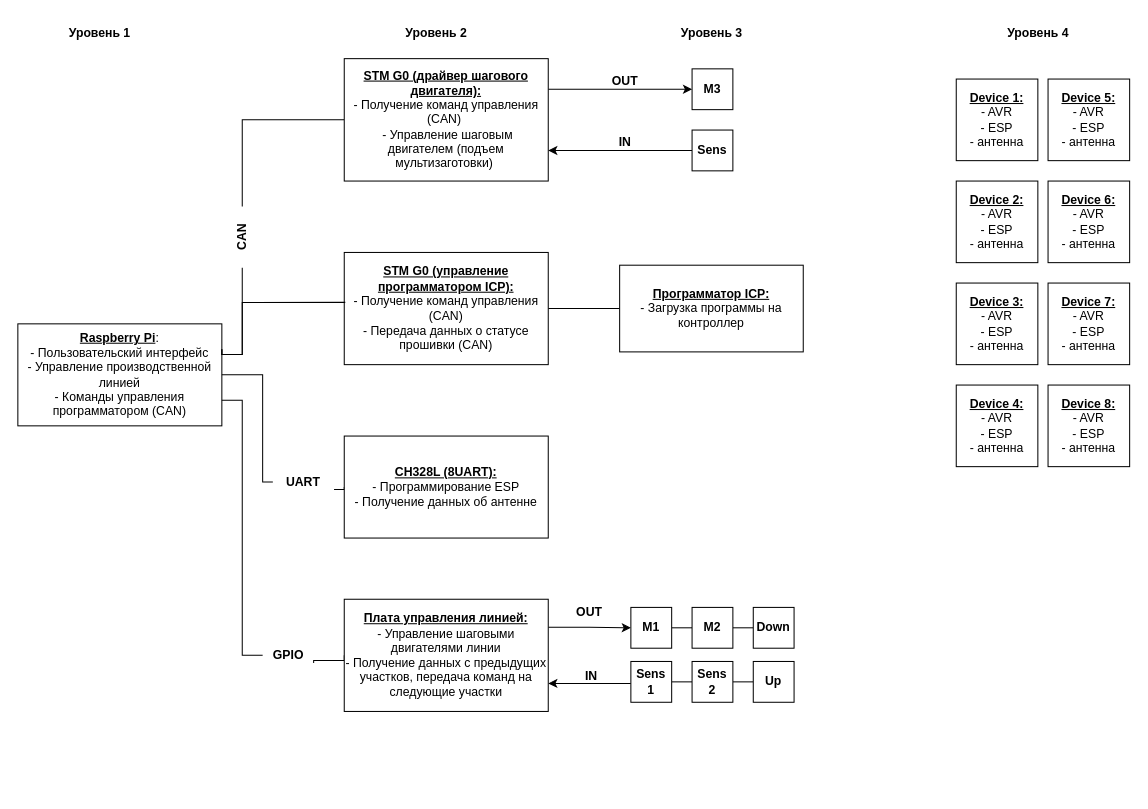
Before: Device.drawio in NataliApril/xkeeper, a draw.io diagram. Source tidied: cells renumbered, new cells numbered last; positions are measured from the earlier drawing's top-left corner, leaving out a move shared by most shapes. Both pictures are drawn from the tidied source at 102%, with x=0, y=0 at pixel (17, 17).
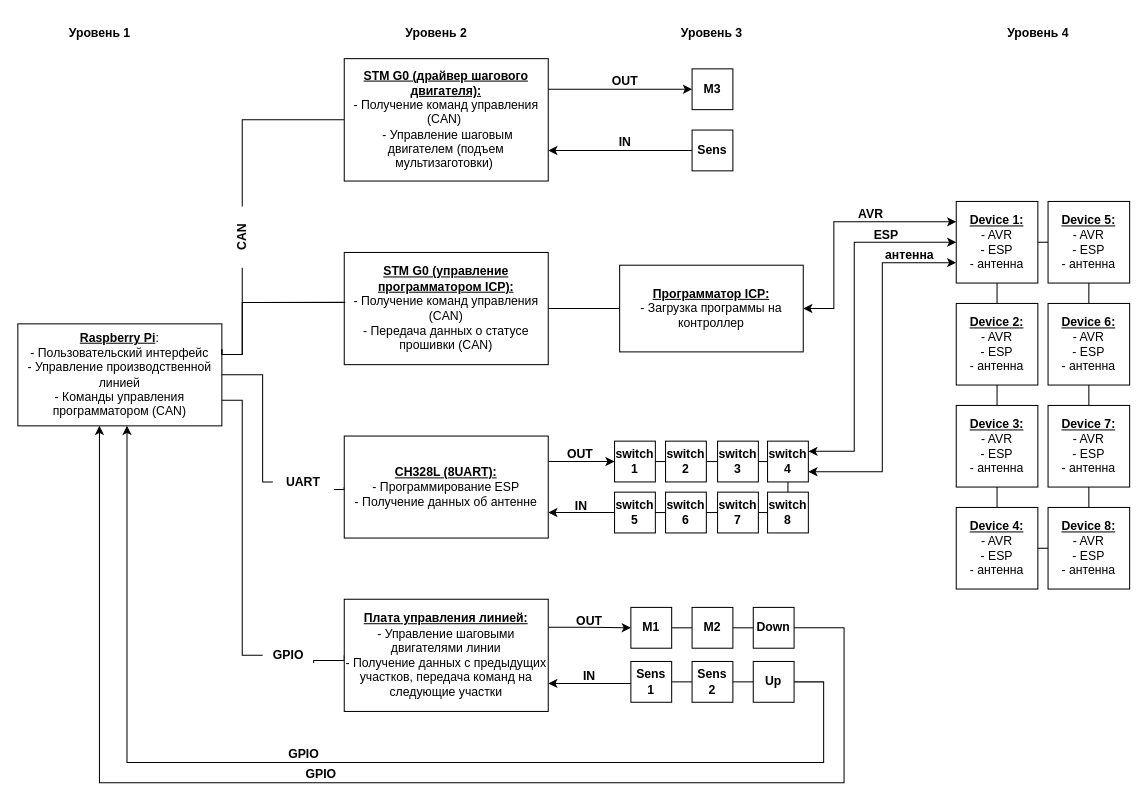
Above is the later version.

The change refers to these unchanged cells:
```xml
<mxCell id="18" value="&lt;b&gt;&lt;u&gt;CH328L (8UART):&lt;/u&gt;&lt;/b&gt;&lt;div&gt;- Программирование ESP&lt;br&gt;- Получение данных об антенне&lt;/div&gt;" style="rounded=0;whiteSpace=wrap;html=1;" parent="1" vertex="1">
  <mxGeometry x="320" y="410" width="200" height="100" as="geometry" />
</mxCell>
<mxCell id="29" value="&lt;b style=&quot;text-decoration-line: underline;&quot;&gt;Программатор ICP:&lt;/b&gt;&lt;br&gt;- Загрузка программы на контроллер" style="rounded=0;whiteSpace=wrap;html=1;" parent="1" vertex="1">
  <mxGeometry x="590" y="242.5" width="180" height="85" as="geometry" />
</mxCell>
<mxCell id="38" value="&lt;b&gt;Up&lt;/b&gt;" style="whiteSpace=wrap;html=1;" parent="1" vertex="1">
  <mxGeometry x="721" y="631" width="40" height="40" as="geometry" />
</mxCell>
<mxCell id="39" value="&lt;b&gt;Down&lt;/b&gt;" style="whiteSpace=wrap;html=1;" parent="1" vertex="1">
  <mxGeometry x="721" y="578" width="40" height="40" as="geometry" />
</mxCell>
```

Diff of the diagram source:
```diff
@@
+    <mxCell id="51" style="edgeStyle=orthogonalEdgeStyle;rounded=0;jettySize=auto;html=1;exitX=1;exitY=0.5;exitDx=0;exitDy=0;entryX=0;entryY=0.5;entryDx=0;entryDy=0;endArrow=none;endFill=0;" parent="1" edge="1" source="2" target="6">
+      <mxGeometry relative="1" as="geometry" />
+    </mxCell>
     <mxCell id="2" value="&lt;b&gt;&lt;u&gt;Device 1:&lt;/u&gt;&lt;/b&gt;&lt;br&gt;- AVR&lt;br&gt;- ESP&lt;br&gt;- антенна" style="whiteSpace=wrap;html=1;" parent="1" vertex="1">
-      <mxGeometry x="920" y="60" width="80" height="80" as="geometry" />
+      <mxGeometry x="920" y="180" width="80" height="80" as="geometry" />
     </mxCell>
+    <mxCell id="52" style="edgeStyle=orthogonalEdgeStyle;rounded=0;jettySize=auto;html=1;exitX=0.5;exitY=0;exitDx=0;exitDy=0;entryX=0.5;entryY=1;entryDx=0;entryDy=0;endArrow=none;endFill=0;" parent="1" edge="1" source="3" target="2">
+      <mxGeometry relative="1" as="geometry" />
+    </mxCell>
     <mxCell id="3" value="&lt;b&gt;&lt;u&gt;Device 2:&lt;/u&gt;&lt;/b&gt;&lt;br&gt;- AVR&lt;br&gt;- ESP&lt;br&gt;- антенна" style="whiteSpace=wrap;html=1;" parent="1" vertex="1">
-      <mxGeometry x="920" y="160" width="80" height="80" as="geometry" />
+      <mxGeometry x="920" y="280" width="80" height="80" as="geometry" />
     </mxCell>
+    <mxCell id="53" style="edgeStyle=orthogonalEdgeStyle;rounded=0;jettySize=auto;html=1;exitX=0.5;exitY=0;exitDx=0;exitDy=0;entryX=0.5;entryY=1;entryDx=0;entryDy=0;endArrow=none;endFill=0;" parent="1" edge="1" source="4" target="3">
+      <mxGeometry relative="1" as="geometry" />
+    </mxCell>
     <mxCell id="4" value="&lt;b&gt;&lt;u&gt;Device 3:&lt;/u&gt;&lt;/b&gt;&lt;br&gt;- AVR&lt;br&gt;- ESP&lt;br&gt;- антенна" style="whiteSpace=wrap;html=1;" parent="1" vertex="1">
-      <mxGeometry x="920" y="260" width="80" height="80" as="geometry" />
+      <mxGeometry x="920" y="380" width="80" height="80" as="geometry" />
     </mxCell>
+    <mxCell id="54" style="edgeStyle=orthogonalEdgeStyle;rounded=0;jettySize=auto;html=1;exitX=0.5;exitY=0;exitDx=0;exitDy=0;entryX=0.5;entryY=1;entryDx=0;entryDy=0;endArrow=none;endFill=0;" parent="1" edge="1" source="5" target="4">
+      <mxGeometry relative="1" as="geometry" />
+    </mxCell>
     <mxCell id="5" value="&lt;b&gt;&lt;u&gt;Device 4:&lt;/u&gt;&lt;/b&gt;&lt;br&gt;- AVR&lt;br&gt;- ESP&lt;br&gt;- антенна" style="whiteSpace=wrap;html=1;" parent="1" vertex="1">
-      <mxGeometry x="920" y="360" width="80" height="80" as="geometry" />
+      <mxGeometry x="920" y="480" width="80" height="80" as="geometry" />
     </mxCell>
+    <mxCell id="55" style="edgeStyle=orthogonalEdgeStyle;rounded=0;jettySize=auto;html=1;exitX=0.5;exitY=1;exitDx=0;exitDy=0;entryX=0.5;entryY=0;entryDx=0;entryDy=0;endArrow=none;endFill=0;" parent="1" edge="1" source="6" target="7">
+      <mxGeometry relative="1" as="geometry" />
+    </mxCell>
     <mxCell id="6" value="&lt;b&gt;&lt;u&gt;Device 5:&lt;/u&gt;&lt;/b&gt;&lt;br&gt;- AVR&lt;br&gt;- ESP&lt;br&gt;- антенна" style="whiteSpace=wrap;html=1;" parent="1" vertex="1">
-      <mxGeometry x="1010" y="60" width="80" height="80" as="geometry" />
+      <mxGeometry x="1010" y="180" width="80" height="80" as="geometry" />
     </mxCell>
+    <mxCell id="56" style="edgeStyle=orthogonalEdgeStyle;rounded=0;jettySize=auto;html=1;exitX=0.5;exitY=1;exitDx=0;exitDy=0;entryX=0.5;entryY=0;entryDx=0;entryDy=0;endArrow=none;endFill=0;" parent="1" edge="1" source="7" target="8">
+      <mxGeometry relative="1" as="geometry" />
+    </mxCell>
     <mxCell id="7" value="&lt;b&gt;&lt;u&gt;Device 6:&lt;/u&gt;&lt;/b&gt;&lt;br&gt;- AVR&lt;br&gt;- ESP&lt;br&gt;- антенна" style="whiteSpace=wrap;html=1;" parent="1" vertex="1">
-      <mxGeometry x="1010" y="160" width="80" height="80" as="geometry" />
+      <mxGeometry x="1010" y="280" width="80" height="80" as="geometry" />
     </mxCell>
+    <mxCell id="57" style="edgeStyle=orthogonalEdgeStyle;rounded=0;jettySize=auto;html=1;exitX=0.5;exitY=1;exitDx=0;exitDy=0;entryX=0.5;entryY=0;entryDx=0;entryDy=0;endArrow=none;endFill=0;" parent="1" edge="1" source="8" target="9">
+      <mxGeometry relative="1" as="geometry" />
+    </mxCell>
     <mxCell id="8" value="&lt;b&gt;&lt;u&gt;Device 7:&lt;/u&gt;&lt;/b&gt;&lt;br&gt;- AVR&lt;br&gt;- ESP&lt;br&gt;- антенна" style="whiteSpace=wrap;html=1;" parent="1" vertex="1">
-      <mxGeometry x="1010" y="260" width="80" height="80" as="geometry" />
+      <mxGeometry x="1010" y="380" width="80" height="80" as="geometry" />
     </mxCell>
+    <mxCell id="58" style="edgeStyle=orthogonalEdgeStyle;rounded=0;jettySize=auto;html=1;exitX=0;exitY=0.5;exitDx=0;exitDy=0;entryX=1;entryY=0.5;entryDx=0;entryDy=0;endArrow=none;endFill=0;" parent="1" edge="1" source="9" target="5">
+      <mxGeometry relative="1" as="geometry" />
+    </mxCell>
     <mxCell id="9" value="&lt;b&gt;&lt;u&gt;Device 8:&lt;/u&gt;&lt;/b&gt;&lt;br&gt;- AVR&lt;br&gt;- ESP&lt;br&gt;- антенна" style="whiteSpace=wrap;html=1;" parent="1" vertex="1">
-      <mxGeometry x="1010" y="360" width="80" height="80" as="geometry" />
+      <mxGeometry x="1010" y="480" width="80" height="80" as="geometry" />
     </mxCell>
@@
+    <mxCell id="59" style="edgeStyle=orthogonalEdgeStyle;rounded=0;jettySize=auto;html=1;exitX=1;exitY=0.25;exitDx=0;exitDy=0;entryX=0;entryY=0.5;entryDx=0;entryDy=0;" parent="1" edge="1" source="18" target="63">
+      <mxGeometry relative="1" as="geometry" />
+    </mxCell>
@@
+    <mxCell id="60" style="edgeStyle=orthogonalEdgeStyle;rounded=0;jettySize=auto;html=1;exitX=1;exitY=0.5;exitDx=0;exitDy=0;entryX=0;entryY=0.25;entryDx=0;entryDy=0;startArrow=classic;startFill=1;" parent="1" edge="1" source="29" target="2">
+      <mxGeometry relative="1" as="geometry">
+        <Array as="points">
+          <mxPoint x="800" y="285" />
+          <mxPoint x="800" y="200" />
+        </Array>
+      </mxGeometry>
+    </mxCell>
@@
+    <mxCell id="61" style="edgeStyle=orthogonalEdgeStyle;rounded=0;jettySize=auto;html=1;exitX=1;exitY=0.5;exitDx=0;exitDy=0;" parent="1" edge="1" source="38">
+      <mxGeometry relative="1" as="geometry">
+        <mxPoint x="107" y="400" as="targetPoint" />
+        <Array as="points">
+          <mxPoint x="790" y="651" />
+          <mxPoint x="790" y="730" />
+          <mxPoint x="107" y="730" />
+        </Array>
+      </mxGeometry>
+    </mxCell>
@@
     <mxCell id="40" value="&lt;b&gt;OUT&lt;/b&gt;" style="text;html=1;align=center;verticalAlign=middle;strokeColor=none;fillColor=none;" parent="1" vertex="1">
-      <mxGeometry x="535" y="568" width="50" height="30" as="geometry" />
+      <mxGeometry x="535" y="577" width="50" height="30" as="geometry" />
     </mxCell>
-    <mxCell id="41" value="&lt;b&gt;IN&lt;/b&gt;" style="text;html=1;align=center;verticalAlign=middle;strokeColor=none;fillColor=none;" parent="1" vertex="1">
-      <mxGeometry x="542" y="631" width="40" height="30" as="geometry" />
-    </mxCell>
@@
+    <mxCell id="62" style="edgeStyle=orthogonalEdgeStyle;rounded=0;jettySize=auto;html=1;exitX=1;exitY=0.5;exitDx=0;exitDy=0;entryX=0;entryY=0.5;entryDx=0;entryDy=0;endArrow=none;endFill=0;" parent="1" edge="1" source="63" target="65">
+      <mxGeometry relative="1" as="geometry" />
+    </mxCell>
+    <mxCell id="63" value="&lt;b&gt;switch 1&lt;/b&gt;" style="whiteSpace=wrap;html=1;" parent="1" vertex="1">
+      <mxGeometry x="585" y="415" width="40" height="40" as="geometry" />
+    </mxCell>
+    <mxCell id="64" style="edgeStyle=orthogonalEdgeStyle;rounded=0;jettySize=auto;html=1;exitX=1;exitY=0.5;exitDx=0;exitDy=0;entryX=0;entryY=0.5;entryDx=0;entryDy=0;endArrow=none;endFill=0;" parent="1" edge="1" source="65" target="67">
+      <mxGeometry relative="1" as="geometry" />
+    </mxCell>
+    <mxCell id="65" value="&lt;b&gt;switch 2&lt;/b&gt;" style="whiteSpace=wrap;html=1;" parent="1" vertex="1">
+      <mxGeometry x="635" y="415" width="40" height="40" as="geometry" />
+    </mxCell>
+    <mxCell id="66" style="edgeStyle=orthogonalEdgeStyle;rounded=0;jettySize=auto;html=1;exitX=1;exitY=0.5;exitDx=0;exitDy=0;entryX=0;entryY=0.5;entryDx=0;entryDy=0;endArrow=none;endFill=0;" parent="1" edge="1" source="67" target="77">
+      <mxGeometry relative="1" as="geometry" />
+    </mxCell>
+    <mxCell id="67" value="&lt;b&gt;switch 3&lt;/b&gt;" style="whiteSpace=wrap;html=1;" parent="1" vertex="1">
+      <mxGeometry x="686" y="415" width="40" height="40" as="geometry" />
+    </mxCell>
+    <mxCell id="68" style="edgeStyle=orthogonalEdgeStyle;rounded=0;jettySize=auto;html=1;exitX=0;exitY=0.5;exitDx=0;exitDy=0;entryX=1;entryY=0.75;entryDx=0;entryDy=0;" parent="1" edge="1" source="69" target="18">
+      <mxGeometry relative="1" as="geometry" />
+    </mxCell>
+    <mxCell id="69" value="&lt;b&gt;switch 5&lt;/b&gt;" style="whiteSpace=wrap;html=1;" parent="1" vertex="1">
+      <mxGeometry x="585" y="465" width="40" height="40" as="geometry" />
+    </mxCell>
+    <mxCell id="70" style="edgeStyle=orthogonalEdgeStyle;rounded=0;jettySize=auto;html=1;exitX=0;exitY=0.5;exitDx=0;exitDy=0;entryX=1;entryY=0.5;entryDx=0;entryDy=0;endArrow=none;endFill=0;" parent="1" edge="1" source="71" target="69">
+      <mxGeometry relative="1" as="geometry" />
+    </mxCell>
+    <mxCell id="71" value="&lt;b&gt;switch 6&lt;/b&gt;" style="whiteSpace=wrap;html=1;" parent="1" vertex="1">
+      <mxGeometry x="635" y="465" width="40" height="40" as="geometry" />
+    </mxCell>
+    <mxCell id="72" style="edgeStyle=orthogonalEdgeStyle;rounded=0;jettySize=auto;html=1;exitX=0;exitY=0.5;exitDx=0;exitDy=0;entryX=1;entryY=0.5;entryDx=0;entryDy=0;endArrow=none;endFill=0;" parent="1" edge="1" source="73" target="71">
+      <mxGeometry relative="1" as="geometry" />
+    </mxCell>
+    <mxCell id="73" value="&lt;b&gt;switch 7&lt;/b&gt;" style="whiteSpace=wrap;html=1;" parent="1" vertex="1">
+      <mxGeometry x="686" y="465" width="40" height="40" as="geometry" />
+    </mxCell>
+    <mxCell id="74" style="edgeStyle=orthogonalEdgeStyle;rounded=0;jettySize=auto;html=1;exitX=0.5;exitY=1;exitDx=0;exitDy=0;entryX=0.5;entryY=0;entryDx=0;entryDy=0;endArrow=none;endFill=0;" parent="1" edge="1" source="77" target="79">
+      <mxGeometry relative="1" as="geometry" />
+    </mxCell>
+    <mxCell id="75" style="edgeStyle=orthogonalEdgeStyle;rounded=0;jettySize=auto;html=1;exitX=1;exitY=0.25;exitDx=0;exitDy=0;entryX=0;entryY=0.5;entryDx=0;entryDy=0;startArrow=classic;startFill=1;" parent="1" edge="1" source="77" target="2">
+      <mxGeometry relative="1" as="geometry">
+        <Array as="points">
+          <mxPoint x="820" y="425" />
+          <mxPoint x="820" y="220" />
+        </Array>
+      </mxGeometry>
+    </mxCell>
+    <mxCell id="76" style="edgeStyle=orthogonalEdgeStyle;rounded=0;jettySize=auto;html=1;exitX=1;exitY=0.75;exitDx=0;exitDy=0;entryX=0;entryY=0.75;entryDx=0;entryDy=0;startArrow=classic;startFill=1;" parent="1" edge="1" source="77" target="2">
+      <mxGeometry relative="1" as="geometry" />
+    </mxCell>
+    <mxCell id="77" value="&lt;b&gt;switch 4&lt;/b&gt;" style="whiteSpace=wrap;html=1;" parent="1" vertex="1">
+      <mxGeometry x="735" y="415" width="40" height="40" as="geometry" />
+    </mxCell>
+    <mxCell id="78" style="edgeStyle=orthogonalEdgeStyle;rounded=0;jettySize=auto;html=1;exitX=0;exitY=0.5;exitDx=0;exitDy=0;entryX=1;entryY=0.5;entryDx=0;entryDy=0;endArrow=none;endFill=0;" parent="1" edge="1" source="79" target="73">
+      <mxGeometry relative="1" as="geometry" />
+    </mxCell>
+    <mxCell id="79" value="&lt;b&gt;switch 8&lt;/b&gt;" style="whiteSpace=wrap;html=1;" parent="1" vertex="1">
+      <mxGeometry x="735" y="465" width="40" height="40" as="geometry" />
+    </mxCell>
+    <mxCell id="80" value="&lt;b&gt;OUT&lt;/b&gt;" style="text;html=1;align=center;verticalAlign=middle;strokeColor=none;fillColor=none;" parent="1" vertex="1">
+      <mxGeometry x="526" y="413" width="50" height="30" as="geometry" />
+    </mxCell>
+    <mxCell id="81" value="&lt;b&gt;IN&lt;/b&gt;" style="text;html=1;align=center;verticalAlign=middle;strokeColor=none;fillColor=none;" parent="1" vertex="1">
+      <mxGeometry x="532" y="464" width="40" height="30" as="geometry" />
+    </mxCell>
+    <mxCell id="82" value="&lt;b&gt;AVR&lt;/b&gt;" style="text;html=1;align=center;verticalAlign=middle;strokeColor=none;fillColor=none;" parent="1" vertex="1">
+      <mxGeometry x="811" y="178" width="50" height="30" as="geometry" />
+    </mxCell>
+    <mxCell id="83" value="&lt;b&gt;ESP&lt;/b&gt;" style="text;html=1;align=center;verticalAlign=middle;strokeColor=none;fillColor=none;" parent="1" vertex="1">
+      <mxGeometry x="826" y="198" width="50" height="30" as="geometry" />
+    </mxCell>
+    <mxCell id="84" value="&lt;b&gt;антенна&lt;/b&gt;" style="text;html=1;align=center;verticalAlign=middle;strokeColor=none;fillColor=none;" parent="1" vertex="1">
+      <mxGeometry x="839" y="217.5" width="70" height="30" as="geometry" />
+    </mxCell>
+    <mxCell id="85" style="edgeStyle=orthogonalEdgeStyle;rounded=0;jettySize=auto;html=1;exitX=1;exitY=0.5;exitDx=0;exitDy=0;" parent="1" edge="1" source="39">
+      <mxGeometry relative="1" as="geometry">
+        <mxPoint x="80" y="400" as="targetPoint" />
+        <Array as="points">
+          <mxPoint x="810" y="598" />
+          <mxPoint x="810" y="750" />
+          <mxPoint x="80" y="750" />
+          <mxPoint x="80" y="402" />
+        </Array>
+      </mxGeometry>
+    </mxCell>
+    <mxCell id="86" value="&lt;b&gt;GPIO&lt;/b&gt;" style="text;html=1;align=center;verticalAlign=middle;strokeColor=none;fillColor=none;rotation=0;" parent="1" vertex="1">
+      <mxGeometry x="255" y="707" width="50" height="30" as="geometry" />
+    </mxCell>
+    <mxCell id="87" value="&lt;b&gt;GPIO&lt;/b&gt;" style="text;html=1;align=center;verticalAlign=middle;strokeColor=none;fillColor=none;rotation=0;" parent="1" vertex="1">
+      <mxGeometry x="272" y="727" width="50" height="30" as="geometry" />
+    </mxCell>
+    <mxCell id="88" value="&lt;b&gt;IN&lt;/b&gt;" style="text;html=1;align=center;verticalAlign=middle;strokeColor=none;fillColor=none;" parent="1" vertex="1">
+      <mxGeometry x="540" y="631" width="40" height="30" as="geometry" />
+    </mxCell>
```
